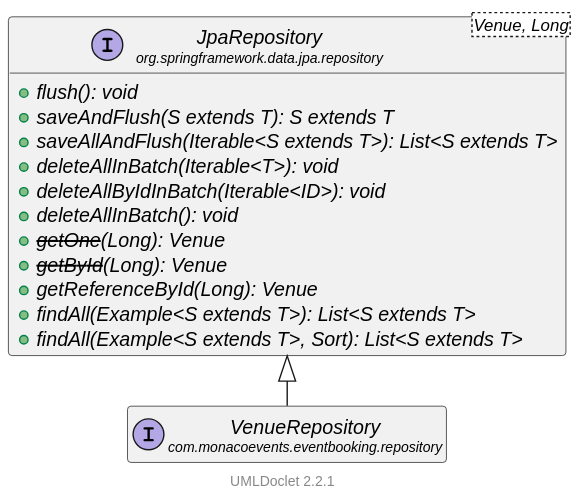
Earlier version of the PlantUML export docs/uml/com/monacoevents/eventbooking/repository/VenueRepository.svg (LorisDrid/event-booking-api).
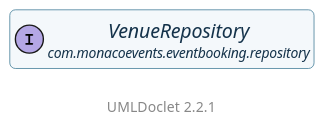
After the commit.

Diff of the diagram source:
```diff
@@ -1,29 +1,26 @@
 @startuml
 
 
-    !pragma layout smetana
+    skinparam shadowing false
+    skinparam roundCorner 8
+    skinparam defaultFontName Segoe UI
+    skinparam defaultFontSize 13
+    skinparam classBackgroundColor #F4F8FB
+    skinparam classBorderColor #2C6E8C
+    skinparam classArrowColor #2C6E8C
+    skinparam classFontColor #14324A
+    skinparam interfaceBackgroundColor #EAF6F0
+    skinparam interfaceBorderColor #2E9E6C
+    skinparam packageBackgroundColor #FBFBFD
+    skinparam packageBorderColor #B8C4D0
+    skinparam packageFontColor #33475B
+    !pragma layout dot
 
     set namespaceSeparator none
     hide empty fields
     hide empty methods
 
     interface "<size:14>VenueRepository\n<size:10>com.monacoevents.eventbooking.repository" as com.monacoevents.eventbooking.repository.VenueRepository [[..\..\..\..\..\..\target\reports\apidocs\com\monacoevents\eventbooking\repository\VenueRepository.html]]
-
-    interface "<size:14>JpaRepository\n<size:10>org.springframework.data.jpa.repository" as org.springframework.data.jpa.repository.JpaRepository<Venue, Long> {
-        {abstract} +flush(): void
-        {abstract} +saveAndFlush(S extends T): S extends T
-        {abstract} +saveAllAndFlush(Iterable<S extends T>): List<S extends T>
-        {abstract} +deleteAllInBatch(Iterable<T>): void
-        {abstract} +deleteAllByIdInBatch(Iterable<ID>): void
-        {abstract} +deleteAllInBatch(): void
-        {abstract} +--getOne--(Long): Venue
-        {abstract} +--getById--(Long): Venue
-        {abstract} +getReferenceById(Long): Venue
-        {abstract} +findAll(Example<S extends T>): List<S extends T>
-        {abstract} +findAll(Example<S extends T>, Sort): List<S extends T>
-    }
-
-    org.springframework.data.jpa.repository.JpaRepository <|-- com.monacoevents.eventbooking.repository.VenueRepository
 
     <style>
         footer {
```
